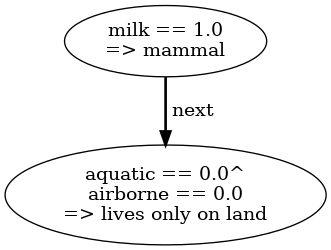
AbdelrhmanBassiouny/ripple_down_rules keeps this Graphviz diagram as results/mcrdr_extra_classify.png. Above is the earlier version. Its source is kept beside it as results/mcrdr_extra_classify.dot.
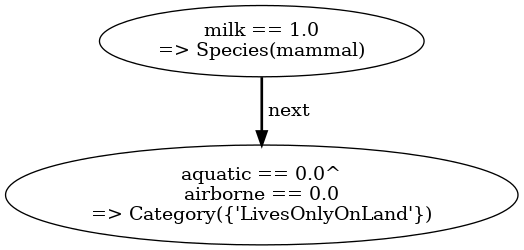
After the commit.

Commit message:
[RDR] grdr with extra conclusions.

Change to the diagram source:
```diff
@@ -1,11 +1,11 @@
 digraph tree {
     "milk == 1.0
-=> mammal";
+=> Species(mammal)";
     "aquatic == 0.0^
 airborne == 0.0
-=> lives only on land";
+=> Category({'LivesOnlyOnLand'})";
     "milk == 1.0
-=> mammal" -> "aquatic == 0.0^
+=> Species(mammal)" -> "aquatic == 0.0^
 airborne == 0.0
-=> lives only on land" [style="bold", label=" next"];
+=> Category({'LivesOnlyOnLand'})" [style="bold", label=" next"];
 }
```
